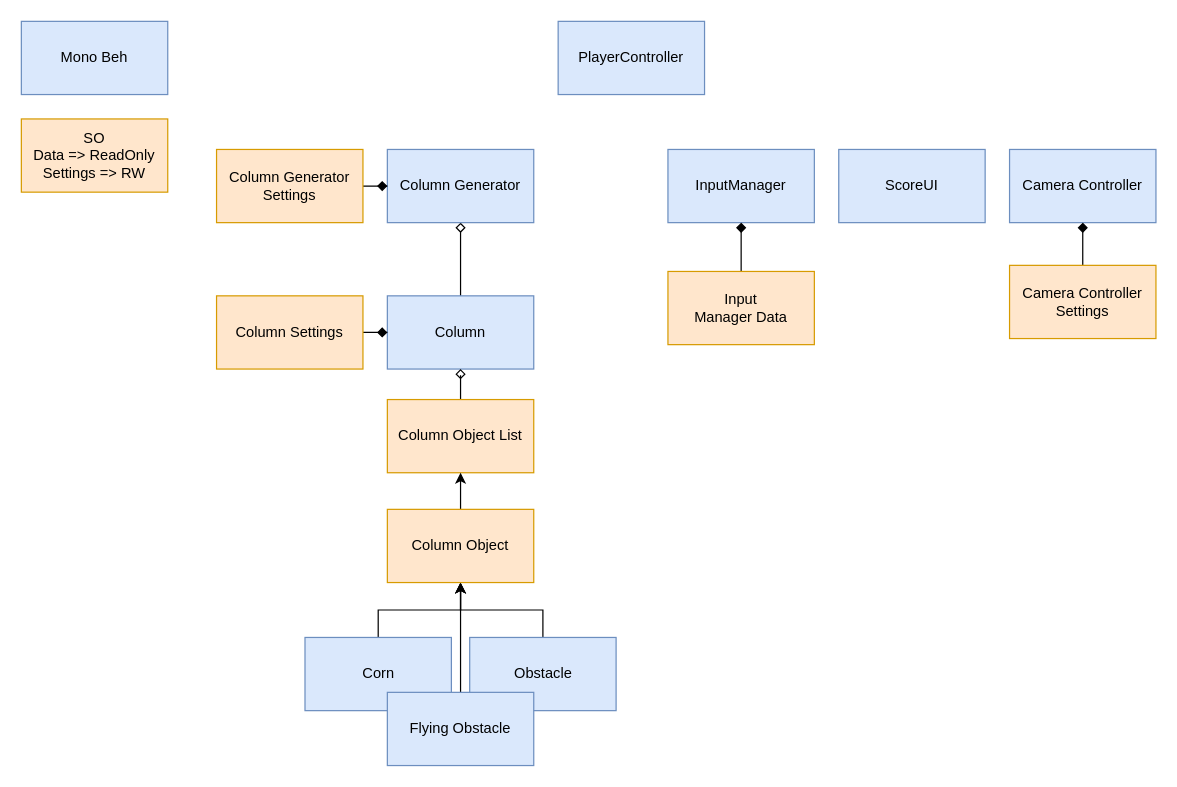
Earlier version of the draw.io diagram PipeRunnerDiagram.drawio (omerasikoglu/PipeRunner). Source tidied: cells renumbered, new cells numbered last; positions are measured from the earlier drawing's top-left corner, leaving out a move shared by most shapes. Both pictures are drawn from the tidied source at 122%, with x=0, y=0 at pixel (21, 21).
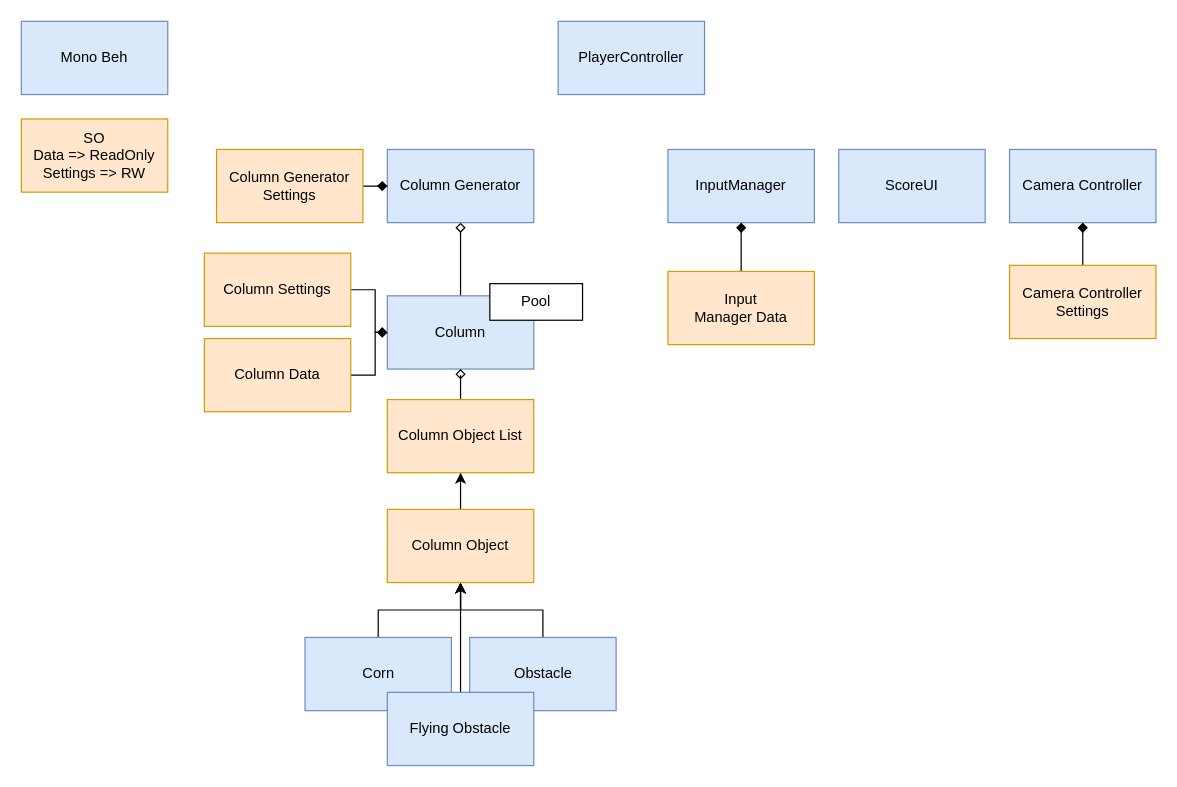
After the change.

The change refers to these unchanged cells:
```xml
<mxCell id="5" value="Column" style="rounded=0;whiteSpace=wrap;html=1;fillColor=#dae8fc;strokeColor=#6c8ebf;" parent="1" vertex="1">
  <mxGeometry x="300" y="225" width="120" height="60" as="geometry" />
</mxCell>
```

The edit, as a diff of the source:
```diff
@@
     <mxCell id="8" value="Column Settings" style="rounded=0;whiteSpace=wrap;html=1;fillColor=#ffe6cc;strokeColor=#d79b00;" parent="1" vertex="1">
-      <mxGeometry x="160" y="225" width="120" height="60" as="geometry" />
+      <mxGeometry x="150" y="190" width="120" height="60" as="geometry" />
     </mxCell>
@@
+    <mxCell id="29" style="edgeStyle=orthogonalEdgeStyle;rounded=0;jettySize=auto;html=1;startArrow=none;startFill=0;endArrow=diamond;endFill=1;" parent="1" edge="1" source="30" target="5">
+      <mxGeometry relative="1" as="geometry" />
+    </mxCell>
+    <mxCell id="30" value="Column Data" style="rounded=0;whiteSpace=wrap;html=1;fillColor=#ffe6cc;strokeColor=#d79b00;" parent="1" vertex="1">
+      <mxGeometry x="150" y="260" width="120" height="60" as="geometry" />
+    </mxCell>
+    <mxCell id="31" value="Pool" style="rounded=0;whiteSpace=wrap;html=1;" parent="1" vertex="1">
+      <mxGeometry x="384" y="215" width="76" height="30" as="geometry" />
+    </mxCell>
```
